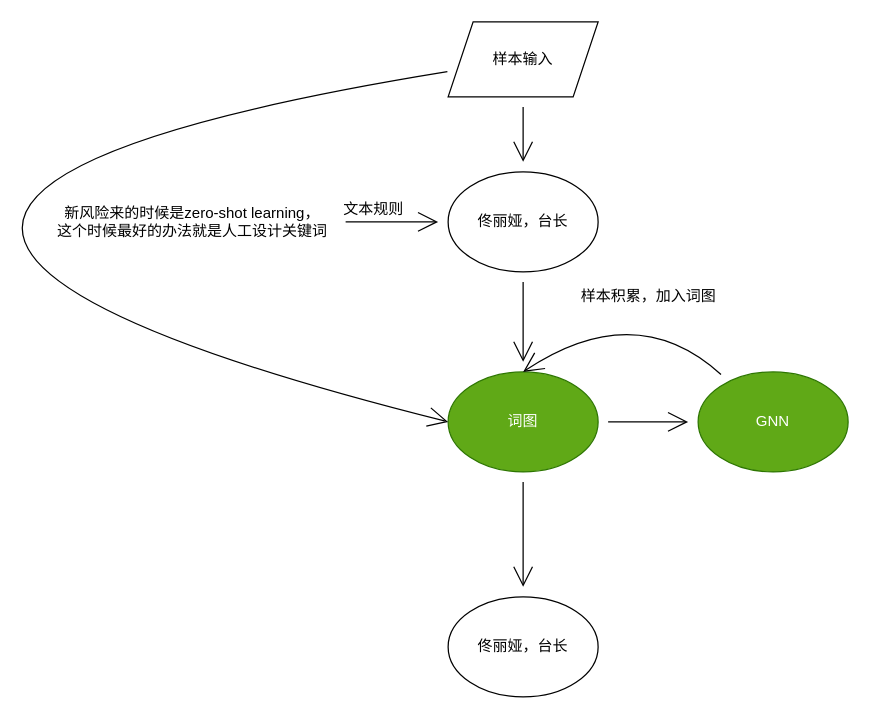
The draw.io diagram 内容安全.drawio in fpcsong/diagram, before the edit. Source tidied: cells renumbered, new cells numbered last; positions are measured from the earlier drawing's top-left corner, leaving out a move shared by most shapes. Both pictures are drawn from the tidied source at 125%, with x=0, y=0 at pixel (-402, 21).
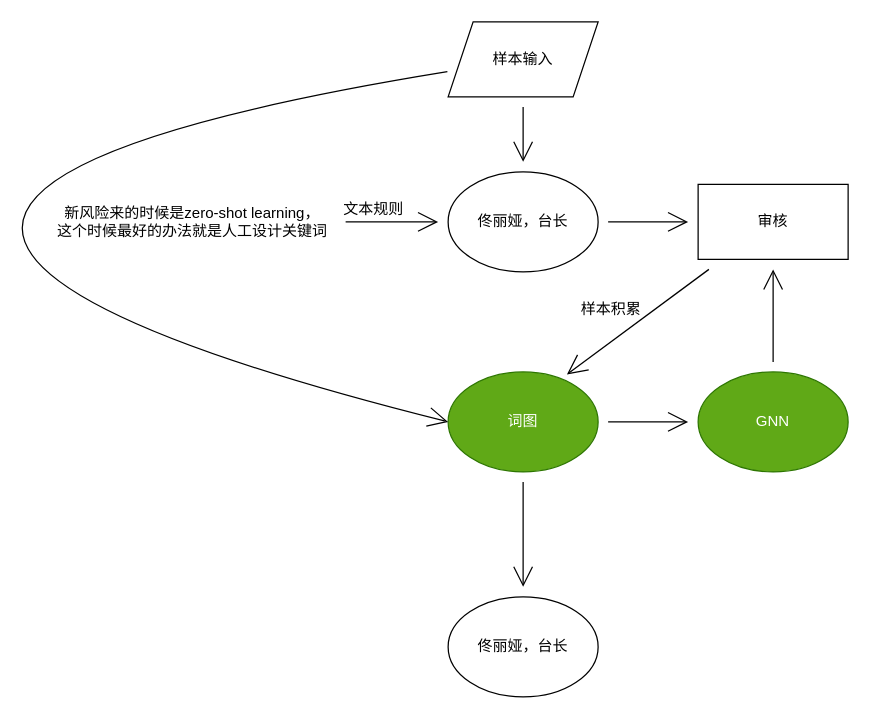
Above is the later version.

Unchanged cells that the change refers to:
```xml
<mxCell id="3" value="佟丽娅，台长" style="ellipse;whiteSpace=wrap;html=1;hachureGap=4;" parent="1" vertex="1">
  <mxGeometry x="680" y="120" width="120" height="80" as="geometry" />
</mxCell>
<mxCell id="10" value="词图" style="ellipse;whiteSpace=wrap;html=1;hachureGap=4;fillColor=#60a917;strokeColor=#2D7600;fontColor=#ffffff;" parent="1" vertex="1">
  <mxGeometry x="680" y="280" width="120" height="80" as="geometry" />
</mxCell>
<mxCell id="12" value="GNN" style="ellipse;whiteSpace=wrap;html=1;hachureGap=4;fillColor=#60a917;strokeColor=#2D7600;fontColor=#ffffff;" parent="1" vertex="1">
  <mxGeometry x="880" y="280" width="120" height="80" as="geometry" />
</mxCell>
```

The edit, as a diff of the source:
```diff
@@
-    <mxCell id="2" style="edgeStyle=none;curved=1;rounded=0;jettySize=auto;html=1;endArrow=open;startSize=14;endSize=14;sourcePerimeterSpacing=8;targetPerimeterSpacing=8;" parent="1" edge="1" source="3" target="10">
-      <mxGeometry relative="1" as="geometry" />
-    </mxCell>
+    <mxCell id="17" style="edgeStyle=none;curved=1;rounded=0;jettySize=auto;html=1;endArrow=open;startSize=14;endSize=14;sourcePerimeterSpacing=8;targetPerimeterSpacing=8;" parent="1" edge="1" source="3" target="20">
+      <mxGeometry relative="1" as="geometry" />
+    </mxCell>
@@
-    <mxCell id="7" value="样本积累，加入词图" style="text;html=1;align=center;verticalAlign=middle;strokeColor=none;fillColor=none;" parent="1" vertex="1">
-      <mxGeometry x="780" y="210" width="120" height="20" as="geometry" />
-    </mxCell>
@@
-    <mxCell id="11" style="edgeStyle=none;curved=1;rounded=0;jettySize=auto;html=1;entryX=0.5;entryY=0;entryDx=0;entryDy=0;endArrow=open;startSize=14;endSize=14;sourcePerimeterSpacing=8;targetPerimeterSpacing=8;" parent="1" edge="1" source="12" target="10">
-      <mxGeometry relative="1" as="geometry">
-        <Array as="points">
-          <mxPoint x="830" y="220" />
-        </Array>
-      </mxGeometry>
-    </mxCell>
+    <mxCell id="18" style="edgeStyle=none;curved=1;rounded=0;jettySize=auto;html=1;endArrow=open;startSize=14;endSize=14;sourcePerimeterSpacing=8;targetPerimeterSpacing=8;" parent="1" edge="1" source="12" target="20">
+      <mxGeometry relative="1" as="geometry" />
+    </mxCell>
@@
+    <mxCell id="19" style="edgeStyle=none;curved=1;rounded=0;jettySize=auto;html=1;entryX=0.792;entryY=0.025;entryDx=0;entryDy=0;entryPerimeter=0;endArrow=open;startSize=14;endSize=14;sourcePerimeterSpacing=8;targetPerimeterSpacing=8;" parent="1" edge="1" source="20" target="10">
+      <mxGeometry relative="1" as="geometry" />
+    </mxCell>
+    <mxCell id="20" value="审核" style="whiteSpace=wrap;html=1;hachureGap=4;" parent="1" vertex="1">
+      <mxGeometry x="880" y="130" width="120" height="60" as="geometry" />
+    </mxCell>
+    <mxCell id="21" value="样本积累" style="text;html=1;align=center;verticalAlign=middle;strokeColor=none;fillColor=none;" parent="1" vertex="1">
+      <mxGeometry x="780" y="220" width="60" height="20" as="geometry" />
+    </mxCell>
```
